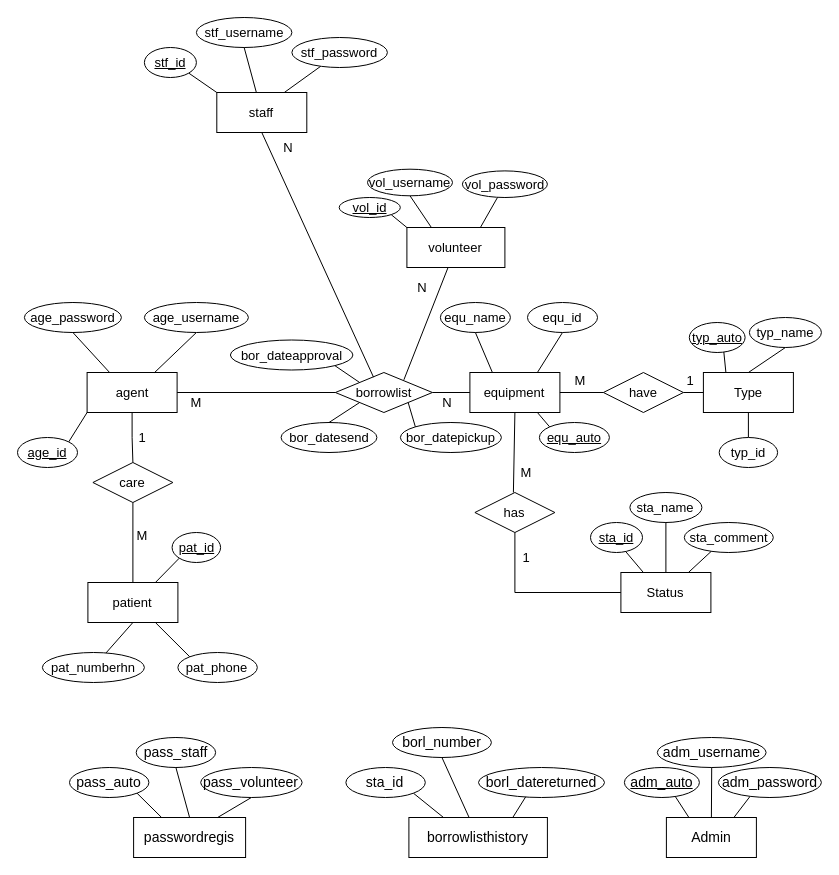
This is ER_jmk_medstock.drawio from oown-mac/jmk_medstock_diagram, a draw.io file, before an edit. Source tidied: cells renumbered, new cells numbered last; positions are measured from the earlier drawing's top-left corner, leaving out a move shared by most shapes. Both pictures are drawn from the tidied source at 100%, with x=0, y=0 at pixel (17, 17).
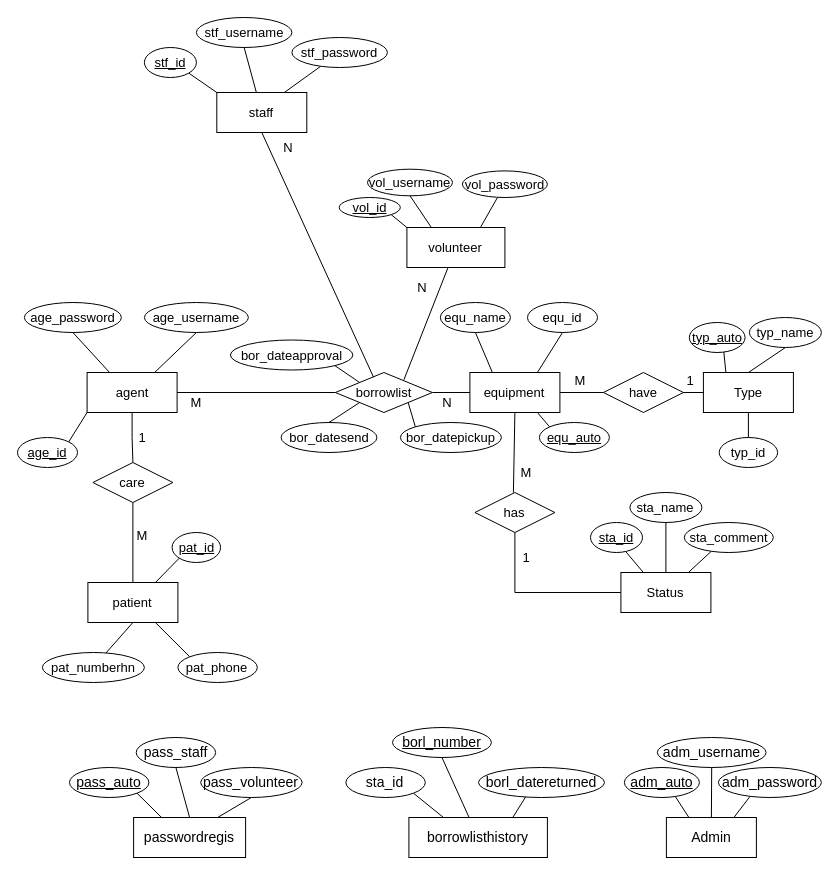
The same page after the edit.

Commit message:
Update primary key ER_jmk_medstock.drawio

The edit, as a diff of the source:
```diff
@@
-    <mxCell id="83" value="&lt;font style=&quot;font-size: 14px;&quot;&gt;pass_auto&lt;/font&gt;" style="ellipse;whiteSpace=wrap;html=1;fontSize=14;" parent="1" vertex="1">
+    <mxCell id="83" value="&lt;font style=&quot;font-size: 14px;&quot;&gt;&lt;u&gt;pass_auto&lt;/u&gt;&lt;/font&gt;" style="ellipse;whiteSpace=wrap;html=1;fontSize=14;" parent="1" vertex="1">
       <mxGeometry x="52" y="750" width="79.4" height="30" as="geometry" />
     </mxCell>
@@
-    <mxCell id="87" value="&lt;font style=&quot;font-size: 14px;&quot;&gt;borl_number&lt;/font&gt;" style="ellipse;whiteSpace=wrap;html=1;fontSize=14;" parent="1" vertex="1">
+    <mxCell id="87" value="&lt;font style=&quot;font-size: 14px;&quot;&gt;&lt;u&gt;borl_number&lt;/u&gt;&lt;/font&gt;" style="ellipse;whiteSpace=wrap;html=1;fontSize=14;" parent="1" vertex="1">
       <mxGeometry x="375" y="710" width="98.9" height="30" as="geometry" />
     </mxCell>
```
